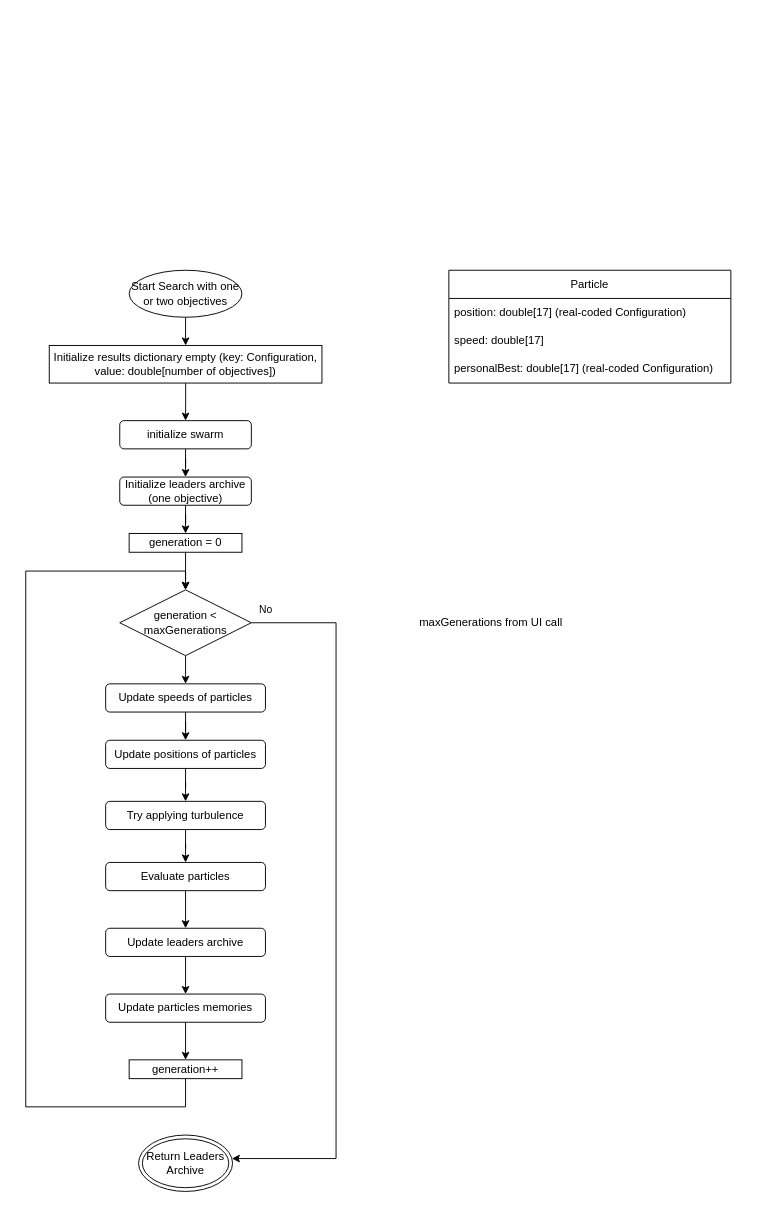
This is page "Main" (1 of 11) of scheme/Orchestrator.drawio from R-a-d-u/PSATSimSimulation, a draw.io file, before an edit. Source tidied: cells renumbered, new cells numbered last; positions are measured from the earlier drawing's top-left corner, leaving out a move shared by most shapes. Both pictures are drawn from the tidied source at 94%, with x=0, y=0 at pixel (25, 270).
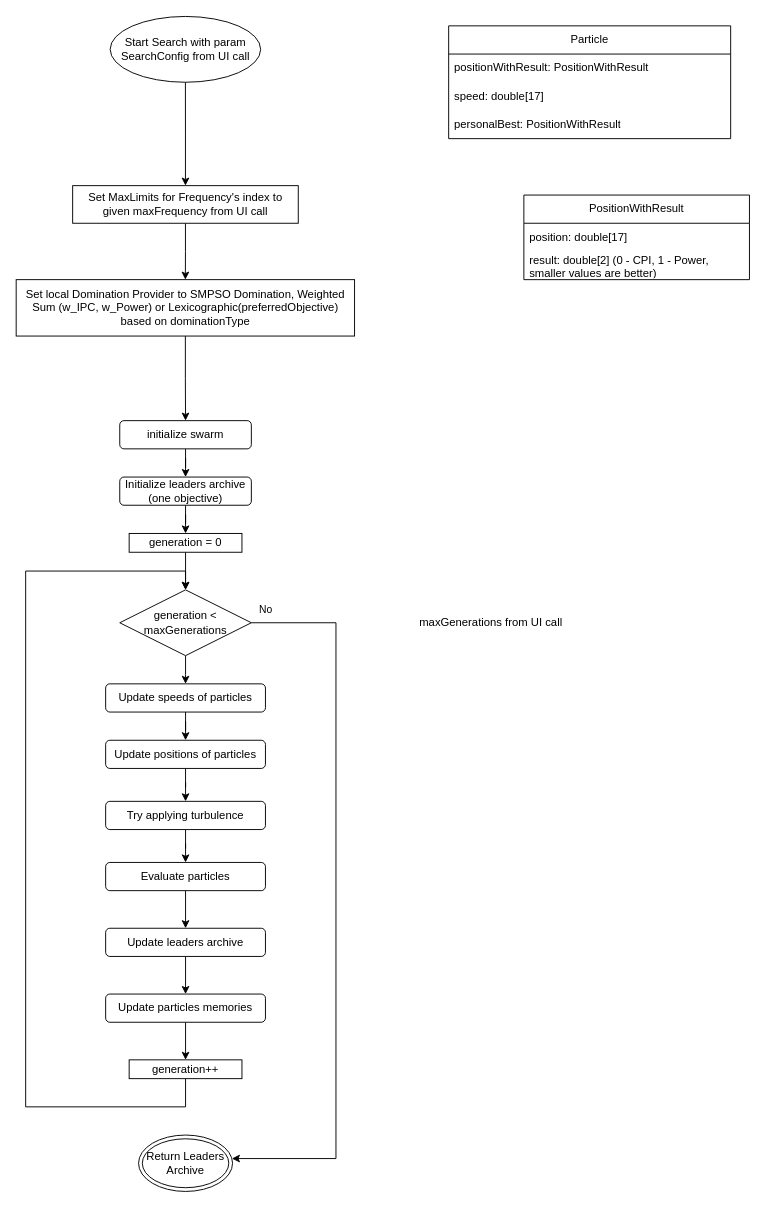
Above is the later version.

Unchanged cells that the change refers to:
```xml
<mxCell id="5" value="initialize swarm" style="rounded=1;whiteSpace=wrap;html=1;" parent="1" vertex="1">
  <mxGeometry x="99.9" y="160" width="140" height="30" as="geometry" />
</mxCell>
<mxCell id="13" value="generation &amp;lt; maxGenerations" style="rhombus;whiteSpace=wrap;html=1;" parent="1" vertex="1">
  <mxGeometry x="99.9" y="340" width="140" height="70" as="geometry" />
</mxCell>
<mxCell id="15" value="generation++" style="rounded=0;whiteSpace=wrap;html=1;" parent="1" vertex="1">
  <mxGeometry x="109.9" y="840" width="120" height="20" as="geometry" />
</mxCell>
<mxCell id="34" value="Return Leaders Archive" style="ellipse;shape=doubleEllipse;whiteSpace=wrap;html=1;" parent="1" vertex="1">
  <mxGeometry x="119.9" y="920" width="100" height="60" as="geometry" />
</mxCell>
```

Change to the diagram source:
```diff
@@
-    <mxCell id="2" style="edgeStyle=orthogonalEdgeStyle;rounded=0;jettySize=auto;html=1;" parent="1" edge="1" source="3" target="33">
-      <mxGeometry relative="1" as="geometry" />
-    </mxCell>
+    <mxCell id="36" style="edgeStyle=orthogonalEdgeStyle;rounded=0;jettySize=auto;html=1;" parent="1" edge="1" source="3" target="38">
+      <mxGeometry relative="1" as="geometry" />
+    </mxCell>
-    <mxCell id="3" value="Start Search with one or two objectives" style="ellipse;whiteSpace=wrap;html=1;" parent="1" vertex="1">
-      <mxGeometry x="109.9" width="120" height="50" as="geometry" />
+    <mxCell id="3" value="Start Search with param SearchConfig from UI call" style="ellipse;whiteSpace=wrap;html=1;" parent="1" vertex="1">
+      <mxGeometry x="89.7" y="-270" width="160.1" height="70" as="geometry" />
     </mxCell>
@@
     <mxCell id="10" style="edgeStyle=orthogonalEdgeStyle;rounded=0;jettySize=auto;html=1;" parent="1" edge="1" source="13" target="34">
       <mxGeometry relative="1" as="geometry">
         <Array as="points">
-          <mxPoint x="330" y="375" />
-          <mxPoint x="330" y="945" />
+          <mxPoint x="329.9" y="375" />
+          <mxPoint x="329.9" y="945" />
         </Array>
       </mxGeometry>
     </mxCell>
@@
     <mxCell id="14" style="edgeStyle=orthogonalEdgeStyle;rounded=0;jettySize=auto;html=1;entryX=0.5;entryY=0;entryDx=0;entryDy=0;" parent="1" edge="1" source="15" target="13">
       <mxGeometry relative="1" as="geometry">
         <Array as="points">
           <mxPoint x="169.9" y="890" />
-          <mxPoint x="-0.1" y="890" />
-          <mxPoint x="-0.1" y="320" />
+          <mxPoint x="-0.2" y="890" />
+          <mxPoint x="-0.2" y="320" />
           <mxPoint x="169.9" y="320" />
         </Array>
       </mxGeometry>
     </mxCell>
@@
     <mxCell id="28" value="Particle" style="swimlane;fontStyle=0;horizontal=1;startSize=30;whiteSpace=wrap;html=1;" parent="1" vertex="1">
-      <mxGeometry x="450" width="300" height="120" as="geometry" />
+      <mxGeometry x="449.8" y="-260" width="300" height="120" as="geometry" />
     </mxCell>
-    <mxCell id="29" value="position: double[17] (real-coded Configuration)" style="text;strokeColor=none;fillColor=none;align=left;verticalAlign=middle;spacingLeft=4;spacingRight=4;overflow=hidden;whiteSpace=wrap;html=1;" parent="28" vertex="1">
+    <mxCell id="29" value="positionWithResult: PositionWithResult" style="text;strokeColor=none;fillColor=none;align=left;verticalAlign=middle;spacingLeft=4;spacingRight=4;overflow=hidden;whiteSpace=wrap;html=1;" parent="28" vertex="1">
       <mxGeometry y="30" width="300" height="30" as="geometry" />
     </mxCell>
@@
-    <mxCell id="31" value="personalBest: double[17] (real-coded Configuration)" style="text;strokeColor=none;fillColor=none;align=left;verticalAlign=middle;spacingLeft=4;spacingRight=4;overflow=hidden;whiteSpace=wrap;html=1;" parent="28" vertex="1">
+    <mxCell id="31" value="personalBest: PositionWithResult" style="text;strokeColor=none;fillColor=none;align=left;verticalAlign=middle;spacingLeft=4;spacingRight=4;overflow=hidden;whiteSpace=wrap;html=1;" parent="28" vertex="1">
       <mxGeometry y="90" width="300" height="30" as="geometry" />
     </mxCell>
-    <mxCell id="32" style="edgeStyle=orthogonalEdgeStyle;rounded=0;jettySize=auto;html=1;" parent="1" edge="1" source="33" target="5">
-      <mxGeometry relative="1" as="geometry" />
-    </mxCell>
-    <mxCell id="33" value="Initialize results dictionary empty (key: Configuration, value: double[number of objectives])" style="rounded=0;whiteSpace=wrap;html=1;" parent="1" vertex="1">
-      <mxGeometry x="24.9" y="80" width="290.1" height="40" as="geometry" />
-    </mxCell>
@@
     <mxCell id="35" value="maxGenerations from UI call" style="text;html=1;align=center;verticalAlign=middle;whiteSpace=wrap;rounded=0;" parent="1" vertex="1">
-      <mxGeometry x="400" y="360" width="190" height="30" as="geometry" />
+      <mxGeometry x="399.9" y="360" width="190" height="30" as="geometry" />
     </mxCell>
+    <mxCell id="37" style="edgeStyle=orthogonalEdgeStyle;rounded=0;jettySize=auto;html=1;" parent="1" edge="1" source="38" target="40">
+      <mxGeometry relative="1" as="geometry" />
+    </mxCell>
+    <mxCell id="38" value="Set MaxLimits for Frequency's index to given&amp;nbsp;&lt;span style=&quot;text-align: left;&quot;&gt;maxFrequency from UI call&lt;/span&gt;" style="rounded=0;whiteSpace=wrap;html=1;" parent="1" vertex="1">
+      <mxGeometry x="49.8" y="-90" width="240" height="40" as="geometry" />
+    </mxCell>
+    <mxCell id="39" style="edgeStyle=orthogonalEdgeStyle;rounded=0;jettySize=auto;html=1;" parent="1" edge="1" source="40" target="5">
+      <mxGeometry relative="1" as="geometry" />
+    </mxCell>
+    <mxCell id="40" value="Set local Domination Provider to SMPSO Domination, Weighted Sum (w_IPC, w_Power) or Lexicographic(preferredObjective) based on dominationType" style="rounded=0;whiteSpace=wrap;html=1;" parent="1" vertex="1">
+      <mxGeometry x="-10.3" y="10" width="360" height="60" as="geometry" />
+    </mxCell>
+    <mxCell id="41" value="PositionWithResult" style="swimlane;fontStyle=0;horizontal=1;startSize=30;whiteSpace=wrap;html=1;" parent="1" vertex="1">
+      <mxGeometry x="529.8" y="-80" width="240" height="90" as="geometry" />
+    </mxCell>
+    <mxCell id="42" value="position: double[17]" style="text;strokeColor=none;fillColor=none;align=left;verticalAlign=middle;spacingLeft=4;spacingRight=4;overflow=hidden;whiteSpace=wrap;html=1;" parent="41" vertex="1">
+      <mxGeometry y="30" width="240" height="30" as="geometry" />
+    </mxCell>
+    <mxCell id="43" value="result: double[2] (0 - CPI, 1 - Power, smaller values are better)" style="text;strokeColor=none;fillColor=none;align=left;verticalAlign=middle;spacingLeft=4;spacingRight=4;overflow=hidden;whiteSpace=wrap;html=1;" parent="41" vertex="1">
+      <mxGeometry y="60" width="240" height="30" as="geometry" />
+    </mxCell>
```
